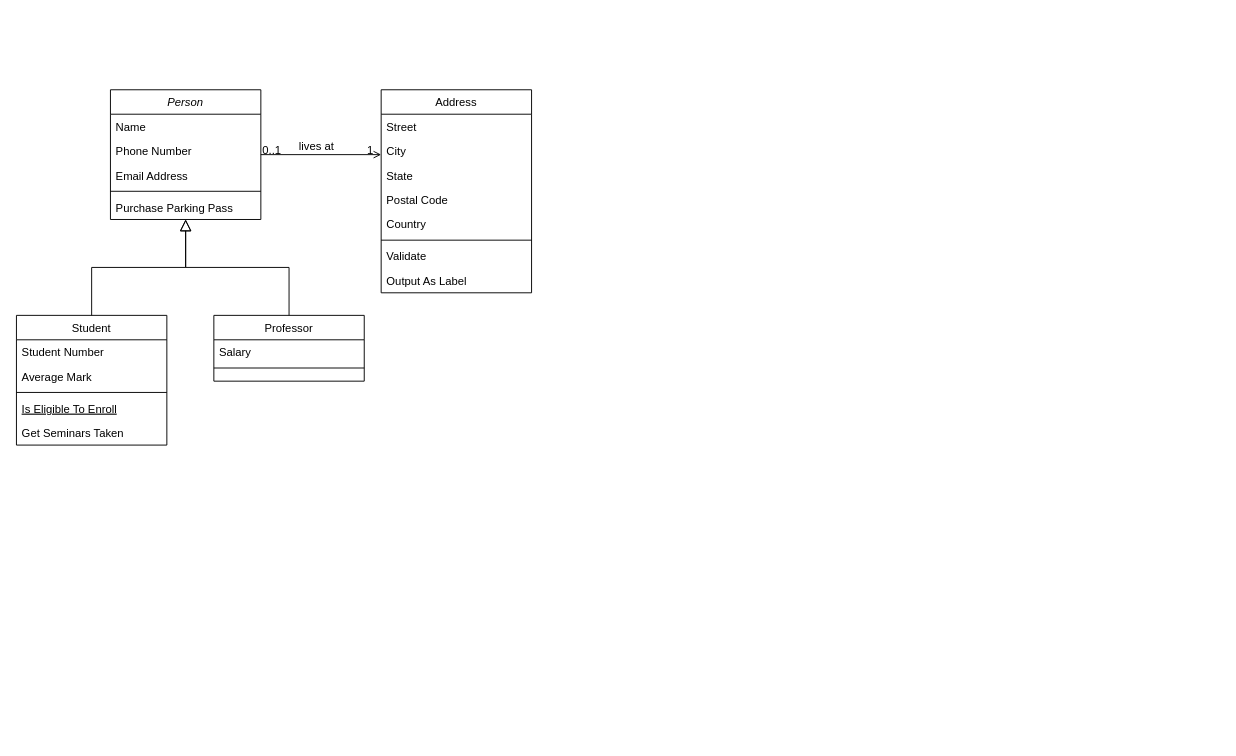
This is GAS.drawio from linking314/hello-world, a draw.io file, before an edit. Source tidied: cells renumbered, new cells numbered last; positions are measured from the earlier drawing's top-left corner, leaving out a move shared by most shapes. Both pictures are drawn from the tidied source at 94%, with x=0, y=0 at pixel (16, 89).
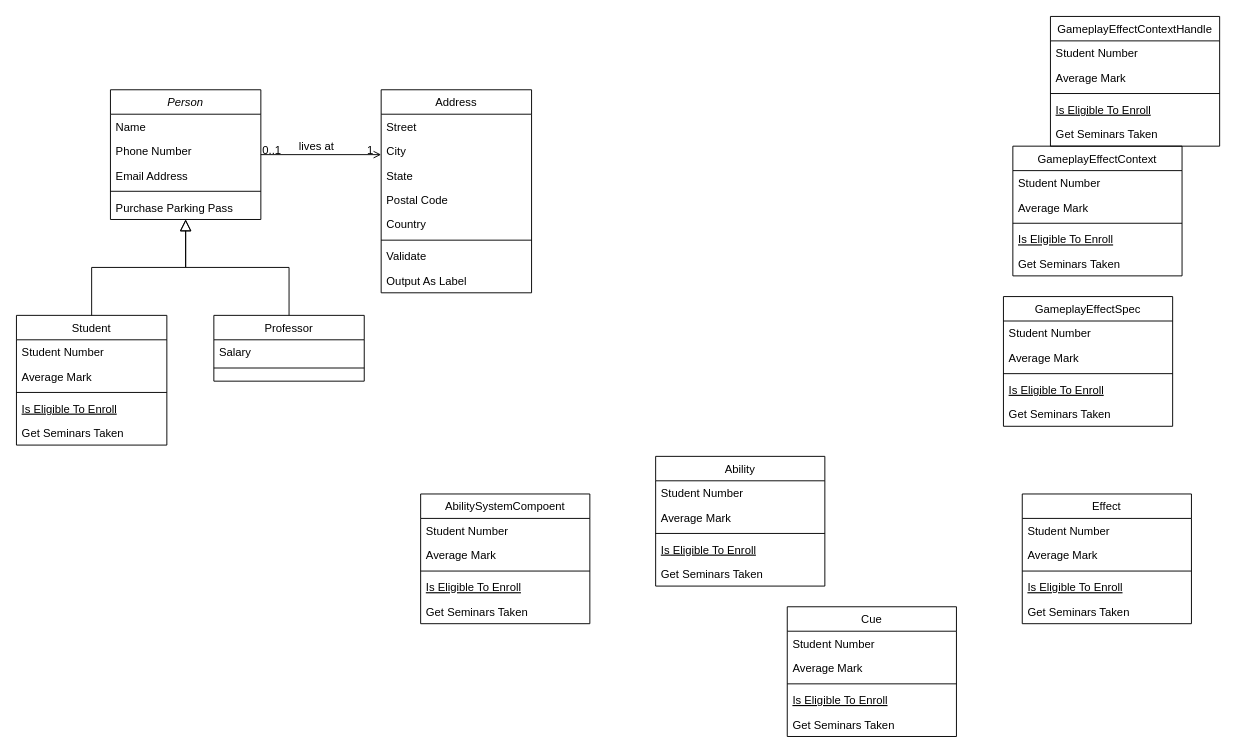
The same page after the edit.

Diff of the diagram source:
```diff
@@
+    <mxCell id="32" value="AbilitySystemCompoent" style="swimlane;fontStyle=0;align=center;verticalAlign=top;horizontal=1;startSize=26;rounded=0;shadow=0;strokeWidth=1;" parent="1" vertex="1">
+      <mxGeometry x="430" y="430" width="180" height="138" as="geometry" />
+    </mxCell>
+    <mxCell id="33" value="Student Number" style="text;align=left;verticalAlign=top;spacingLeft=4;spacingRight=4;overflow=hidden;" parent="32" vertex="1">
+      <mxGeometry y="26" width="180" height="26" as="geometry" />
+    </mxCell>
+    <mxCell id="34" value="Average Mark" style="text;align=left;verticalAlign=top;spacingLeft=4;spacingRight=4;overflow=hidden;rounded=0;shadow=0;html=0;" parent="32" vertex="1">
+      <mxGeometry y="52" width="180" height="26" as="geometry" />
+    </mxCell>
+    <mxCell id="35" style="line;html=1;strokeWidth=1;align=left;verticalAlign=middle;spacingTop=-1;spacingLeft=3;spacingRight=3;labelPosition=right;" parent="32" vertex="1">
+      <mxGeometry y="78" width="180" height="8" as="geometry" />
+    </mxCell>
+    <mxCell id="36" value="Is Eligible To Enroll" style="text;align=left;verticalAlign=top;spacingLeft=4;spacingRight=4;overflow=hidden;fontStyle=4;" parent="32" vertex="1">
+      <mxGeometry y="86" width="180" height="26" as="geometry" />
+    </mxCell>
+    <mxCell id="37" value="Get Seminars Taken" style="text;align=left;verticalAlign=top;spacingLeft=4;spacingRight=4;overflow=hidden;" parent="32" vertex="1">
+      <mxGeometry y="112" width="180" height="26" as="geometry" />
+    </mxCell>
+    <mxCell id="38" value="Ability&#10;" style="swimlane;fontStyle=0;align=center;verticalAlign=top;horizontal=1;startSize=26;rounded=0;shadow=0;strokeWidth=1;" parent="1" vertex="1">
+      <mxGeometry x="680" y="390" width="180" height="138" as="geometry" />
+    </mxCell>
+    <mxCell id="39" value="Student Number" style="text;align=left;verticalAlign=top;spacingLeft=4;spacingRight=4;overflow=hidden;" parent="38" vertex="1">
+      <mxGeometry y="26" width="180" height="26" as="geometry" />
+    </mxCell>
+    <mxCell id="40" value="Average Mark" style="text;align=left;verticalAlign=top;spacingLeft=4;spacingRight=4;overflow=hidden;rounded=0;shadow=0;html=0;" parent="38" vertex="1">
+      <mxGeometry y="52" width="180" height="26" as="geometry" />
+    </mxCell>
+    <mxCell id="41" style="line;html=1;strokeWidth=1;align=left;verticalAlign=middle;spacingTop=-1;spacingLeft=3;spacingRight=3;labelPosition=right;" parent="38" vertex="1">
+      <mxGeometry y="78" width="180" height="8" as="geometry" />
+    </mxCell>
+    <mxCell id="42" value="Is Eligible To Enroll" style="text;align=left;verticalAlign=top;spacingLeft=4;spacingRight=4;overflow=hidden;fontStyle=4;" parent="38" vertex="1">
+      <mxGeometry y="86" width="180" height="26" as="geometry" />
+    </mxCell>
+    <mxCell id="43" value="Get Seminars Taken" style="text;align=left;verticalAlign=top;spacingLeft=4;spacingRight=4;overflow=hidden;" parent="38" vertex="1">
+      <mxGeometry y="112" width="180" height="26" as="geometry" />
+    </mxCell>
+    <mxCell id="44" value="Effect" style="swimlane;fontStyle=0;align=center;verticalAlign=top;horizontal=1;startSize=26;rounded=0;shadow=0;strokeWidth=1;" parent="1" vertex="1">
+      <mxGeometry x="1070" y="430" width="180" height="138" as="geometry" />
+    </mxCell>
+    <mxCell id="45" value="Student Number" style="text;align=left;verticalAlign=top;spacingLeft=4;spacingRight=4;overflow=hidden;" parent="44" vertex="1">
+      <mxGeometry y="26" width="180" height="26" as="geometry" />
+    </mxCell>
+    <mxCell id="46" value="Average Mark" style="text;align=left;verticalAlign=top;spacingLeft=4;spacingRight=4;overflow=hidden;rounded=0;shadow=0;html=0;" parent="44" vertex="1">
+      <mxGeometry y="52" width="180" height="26" as="geometry" />
+    </mxCell>
+    <mxCell id="47" style="line;html=1;strokeWidth=1;align=left;verticalAlign=middle;spacingTop=-1;spacingLeft=3;spacingRight=3;labelPosition=right;" parent="44" vertex="1">
+      <mxGeometry y="78" width="180" height="8" as="geometry" />
+    </mxCell>
+    <mxCell id="48" value="Is Eligible To Enroll" style="text;align=left;verticalAlign=top;spacingLeft=4;spacingRight=4;overflow=hidden;fontStyle=4;" parent="44" vertex="1">
+      <mxGeometry y="86" width="180" height="26" as="geometry" />
+    </mxCell>
+    <mxCell id="49" value="Get Seminars Taken" style="text;align=left;verticalAlign=top;spacingLeft=4;spacingRight=4;overflow=hidden;" parent="44" vertex="1">
+      <mxGeometry y="112" width="180" height="26" as="geometry" />
+    </mxCell>
+    <mxCell id="50" value="Cue" style="swimlane;fontStyle=0;align=center;verticalAlign=top;horizontal=1;startSize=26;rounded=0;shadow=0;strokeWidth=1;" parent="1" vertex="1">
+      <mxGeometry x="820" y="550" width="180" height="138" as="geometry" />
+    </mxCell>
+    <mxCell id="51" value="Student Number" style="text;align=left;verticalAlign=top;spacingLeft=4;spacingRight=4;overflow=hidden;" parent="50" vertex="1">
+      <mxGeometry y="26" width="180" height="26" as="geometry" />
+    </mxCell>
+    <mxCell id="52" value="Average Mark" style="text;align=left;verticalAlign=top;spacingLeft=4;spacingRight=4;overflow=hidden;rounded=0;shadow=0;html=0;" parent="50" vertex="1">
+      <mxGeometry y="52" width="180" height="26" as="geometry" />
+    </mxCell>
+    <mxCell id="53" style="line;html=1;strokeWidth=1;align=left;verticalAlign=middle;spacingTop=-1;spacingLeft=3;spacingRight=3;labelPosition=right;" parent="50" vertex="1">
+      <mxGeometry y="78" width="180" height="8" as="geometry" />
+    </mxCell>
+    <mxCell id="54" value="Is Eligible To Enroll" style="text;align=left;verticalAlign=top;spacingLeft=4;spacingRight=4;overflow=hidden;fontStyle=4;" parent="50" vertex="1">
+      <mxGeometry y="86" width="180" height="26" as="geometry" />
+    </mxCell>
+    <mxCell id="55" value="Get Seminars Taken" style="text;align=left;verticalAlign=top;spacingLeft=4;spacingRight=4;overflow=hidden;" parent="50" vertex="1">
+      <mxGeometry y="112" width="180" height="26" as="geometry" />
+    </mxCell>
+    <mxCell id="56" value="GameplayEffectSpec" style="swimlane;fontStyle=0;align=center;verticalAlign=top;horizontal=1;startSize=26;rounded=0;shadow=0;strokeWidth=1;" parent="1" vertex="1">
+      <mxGeometry x="1050" y="220" width="180" height="138" as="geometry" />
+    </mxCell>
+    <mxCell id="57" value="Student Number" style="text;align=left;verticalAlign=top;spacingLeft=4;spacingRight=4;overflow=hidden;" parent="56" vertex="1">
+      <mxGeometry y="26" width="180" height="26" as="geometry" />
+    </mxCell>
+    <mxCell id="58" value="Average Mark" style="text;align=left;verticalAlign=top;spacingLeft=4;spacingRight=4;overflow=hidden;rounded=0;shadow=0;html=0;" parent="56" vertex="1">
+      <mxGeometry y="52" width="180" height="26" as="geometry" />
+    </mxCell>
+    <mxCell id="59" style="line;html=1;strokeWidth=1;align=left;verticalAlign=middle;spacingTop=-1;spacingLeft=3;spacingRight=3;labelPosition=right;" parent="56" vertex="1">
+      <mxGeometry y="78" width="180" height="8" as="geometry" />
+    </mxCell>
+    <mxCell id="60" value="Is Eligible To Enroll" style="text;align=left;verticalAlign=top;spacingLeft=4;spacingRight=4;overflow=hidden;fontStyle=4;" parent="56" vertex="1">
+      <mxGeometry y="86" width="180" height="26" as="geometry" />
+    </mxCell>
+    <mxCell id="61" value="Get Seminars Taken" style="text;align=left;verticalAlign=top;spacingLeft=4;spacingRight=4;overflow=hidden;" parent="56" vertex="1">
+      <mxGeometry y="112" width="180" height="26" as="geometry" />
+    </mxCell>
+    <mxCell id="62" value="GameplayEffectContext" style="swimlane;fontStyle=0;align=center;verticalAlign=top;horizontal=1;startSize=26;rounded=0;shadow=0;strokeWidth=1;" parent="1" vertex="1">
+      <mxGeometry x="1060" y="60" width="180" height="138" as="geometry" />
+    </mxCell>
+    <mxCell id="63" value="Student Number" style="text;align=left;verticalAlign=top;spacingLeft=4;spacingRight=4;overflow=hidden;" parent="62" vertex="1">
+      <mxGeometry y="26" width="180" height="26" as="geometry" />
+    </mxCell>
+    <mxCell id="64" value="Average Mark" style="text;align=left;verticalAlign=top;spacingLeft=4;spacingRight=4;overflow=hidden;rounded=0;shadow=0;html=0;" parent="62" vertex="1">
+      <mxGeometry y="52" width="180" height="26" as="geometry" />
+    </mxCell>
+    <mxCell id="65" style="line;html=1;strokeWidth=1;align=left;verticalAlign=middle;spacingTop=-1;spacingLeft=3;spacingRight=3;labelPosition=right;" parent="62" vertex="1">
+      <mxGeometry y="78" width="180" height="8" as="geometry" />
+    </mxCell>
+    <mxCell id="66" value="Is Eligible To Enroll" style="text;align=left;verticalAlign=top;spacingLeft=4;spacingRight=4;overflow=hidden;fontStyle=4;" parent="62" vertex="1">
+      <mxGeometry y="86" width="180" height="26" as="geometry" />
+    </mxCell>
+    <mxCell id="67" value="Get Seminars Taken" style="text;align=left;verticalAlign=top;spacingLeft=4;spacingRight=4;overflow=hidden;" parent="62" vertex="1">
+      <mxGeometry y="112" width="180" height="26" as="geometry" />
+    </mxCell>
+    <mxCell id="68" value="GameplayEffectContextHandle" style="swimlane;fontStyle=0;align=center;verticalAlign=top;horizontal=1;startSize=26;rounded=0;shadow=0;strokeWidth=1;" parent="1" vertex="1">
+      <mxGeometry x="1100" y="-78" width="180" height="138" as="geometry" />
+    </mxCell>
+    <mxCell id="69" value="Student Number" style="text;align=left;verticalAlign=top;spacingLeft=4;spacingRight=4;overflow=hidden;" parent="68" vertex="1">
+      <mxGeometry y="26" width="180" height="26" as="geometry" />
+    </mxCell>
+    <mxCell id="70" value="Average Mark" style="text;align=left;verticalAlign=top;spacingLeft=4;spacingRight=4;overflow=hidden;rounded=0;shadow=0;html=0;" parent="68" vertex="1">
+      <mxGeometry y="52" width="180" height="26" as="geometry" />
+    </mxCell>
+    <mxCell id="71" style="line;html=1;strokeWidth=1;align=left;verticalAlign=middle;spacingTop=-1;spacingLeft=3;spacingRight=3;labelPosition=right;" parent="68" vertex="1">
+      <mxGeometry y="78" width="180" height="8" as="geometry" />
+    </mxCell>
+    <mxCell id="72" value="Is Eligible To Enroll" style="text;align=left;verticalAlign=top;spacingLeft=4;spacingRight=4;overflow=hidden;fontStyle=4;" parent="68" vertex="1">
+      <mxGeometry y="86" width="180" height="26" as="geometry" />
+    </mxCell>
+    <mxCell id="73" value="Get Seminars Taken" style="text;align=left;verticalAlign=top;spacingLeft=4;spacingRight=4;overflow=hidden;" parent="68" vertex="1">
+      <mxGeometry y="112" width="180" height="26" as="geometry" />
+    </mxCell>
```
